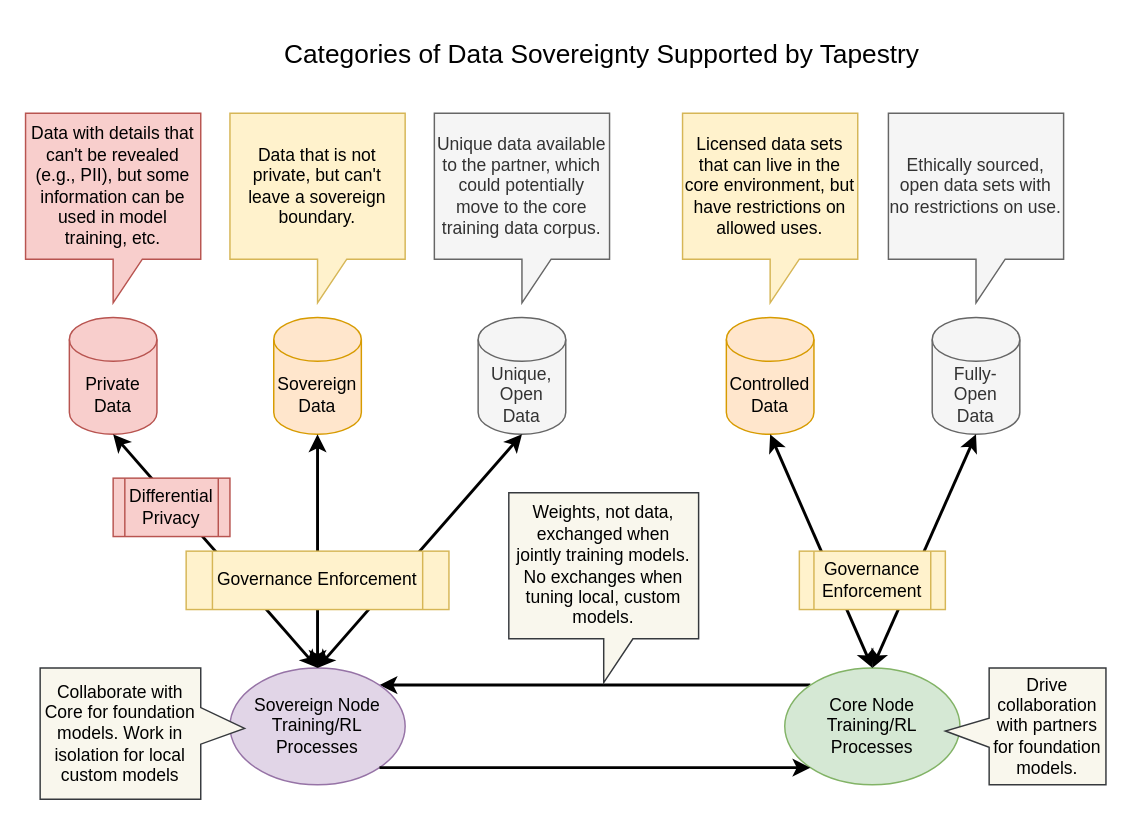
Earlier version of the draw.io diagram docs/architecture/diagrams/data-sovereignty.drawio (NovusEdge/tapestry). Source tidied: cells renumbered, new cells numbered last; positions are measured from the earlier drawing's top-left corner, leaving out a move shared by most shapes. Both pictures are drawn from the tidied source at 146%, with x=0, y=0 at pixel (25, 25).
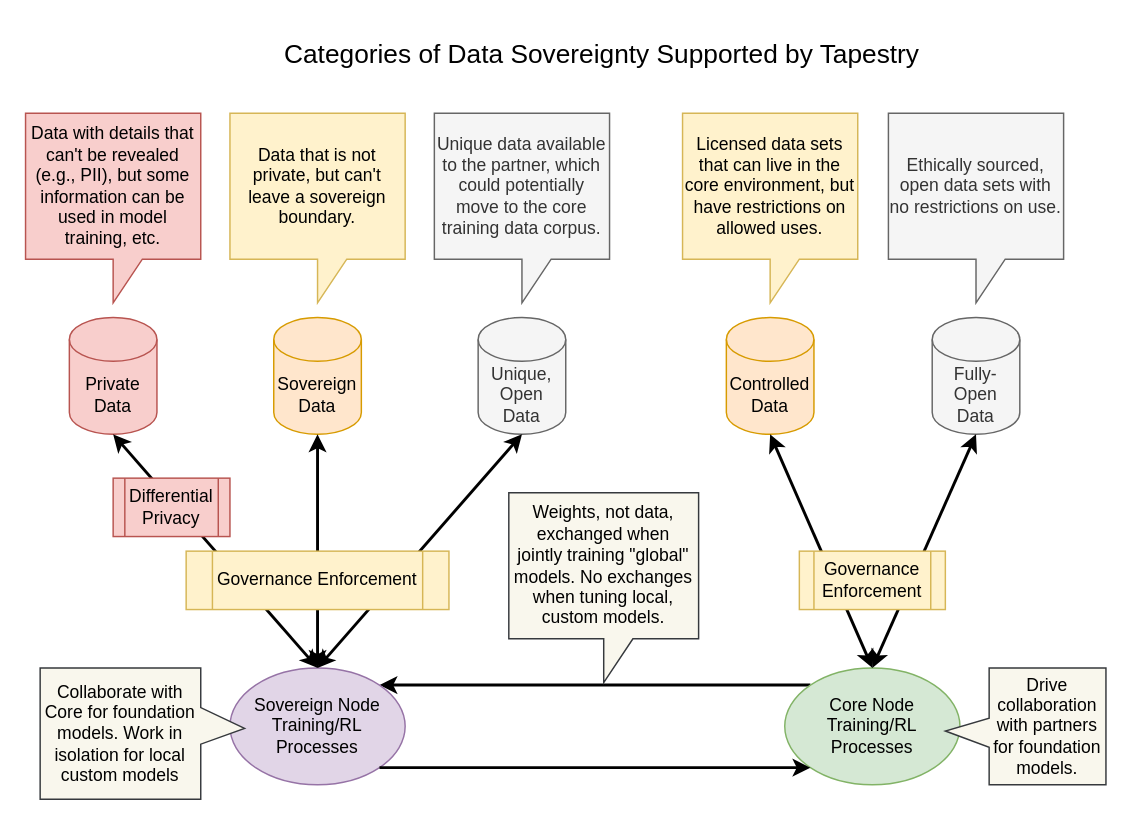
The same page after the edit.

The edit, as a diff of the source:
```diff
@@
-    <mxCell id="25" value="&lt;span style=&quot;color: rgb(0, 0, 0);&quot;&gt;Weights, not data, exchanged when&lt;/span&gt;&lt;div style=&quot;color: rgb(0, 0, 0);&quot;&gt;jointly training models. No exchanges when tuning local, custom models.&lt;/div&gt;" style="shape=callout;whiteSpace=wrap;html=1;perimeter=calloutPerimeter;fillColor=#f9f7ed;strokeColor=#36393d;" parent="1" vertex="1">
+    <mxCell id="25" value="&lt;span style=&quot;color: rgb(0, 0, 0);&quot;&gt;Weights, not data, exchanged when&lt;/span&gt;&lt;div style=&quot;color: rgb(0, 0, 0);&quot;&gt;jointly training &quot;global&quot; models. No exchanges when tuning local, custom models.&lt;/div&gt;" style="shape=callout;whiteSpace=wrap;html=1;perimeter=calloutPerimeter;fillColor=#f9f7ed;strokeColor=#36393d;" parent="1" vertex="1">
       <mxGeometry x="331" y="320" width="130" height="130" as="geometry" />
     </mxCell>
```
